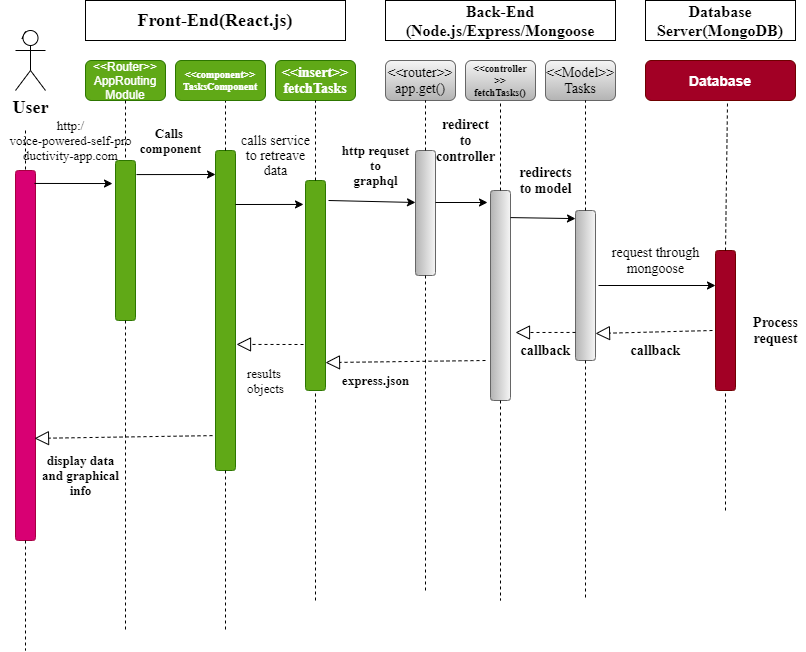
This is images/new sequenceDiagram.png from ViNguyen3747/Voice-Powered-Self-Productivity, a draw.io export, as it was before one commit. Source tidied: cells renumbered, new cells last; positions are measured from the earlier drawing's top-left corner, leaving out a move shared by most shapes.
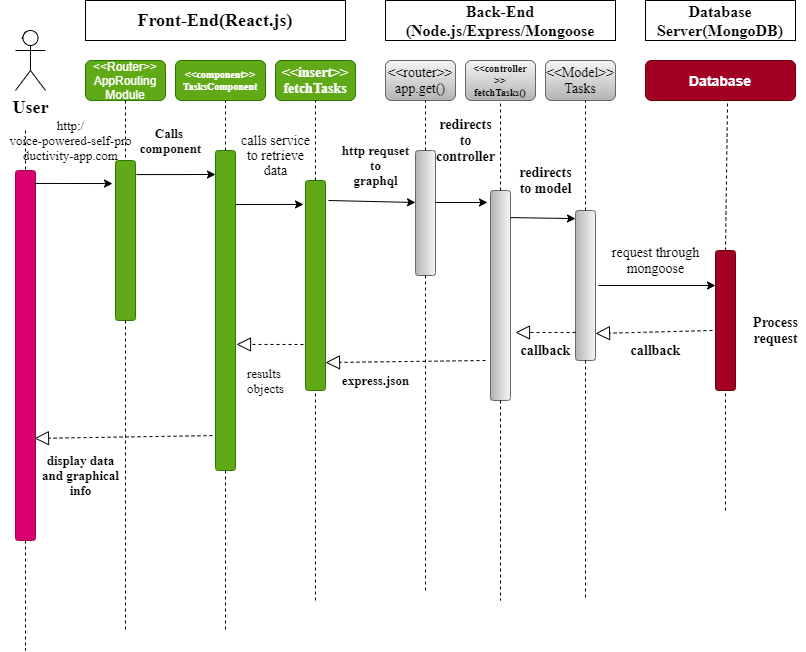
Later version of the same file.

What changed in the source:
```diff
@@ -139,7 +139,7 @@
         <mxPoint x="487" y="202" as="targetPoint" />
       </mxGeometry>
     </mxCell>
-    <mxCell id="39" value="redirect&lt;br&gt;to&lt;br&gt;controller&lt;br&gt;" style="text;html=1;align=center;verticalAlign=middle;strokeColor=none;fillColor=none;fontSize=14;fontFamily=Times New Roman;fontStyle=1;" parent="1" vertex="1">
+    <mxCell id="39" value="redirects&lt;br&gt;to&lt;br&gt;controller" style="text;html=1;align=center;verticalAlign=middle;strokeColor=none;fillColor=none;fontSize=14;fontFamily=Times New Roman;fontStyle=1;" parent="1" vertex="1">
       <mxGeometry x="430" y="110" width="70" height="60" as="geometry" />
     </mxCell>
     <mxCell id="40" style="endArrow=block;dashed=1;endFill=0;endSize=12;html=1;fontFamily=Times New Roman;fontSize=14;entryX=0.867;entryY=0;entryDx=0;entryDy=0;entryPerimeter=0;" parent="1" edge="1" target="23">
@@ -216,7 +216,7 @@
     <mxCell id="56" value="&lt;font style=&quot;font-size: 13px;&quot;&gt;&lt;b style=&quot;font-size: 13px;&quot;&gt;Calls &lt;br style=&quot;font-size: 13px;&quot;&gt;component&lt;/b&gt;&lt;/font&gt;" style="text;html=1;align=center;verticalAlign=middle;strokeColor=none;fillColor=none;fontSize=13;fontFamily=Times New Roman;" parent="1" vertex="1">
       <mxGeometry x="130" y="120" width="80" height="40" as="geometry" />
     </mxCell>
-    <mxCell id="57" value="&lt;span style=&quot;font-size: 14px&quot;&gt;calls service&lt;br&gt;to retreave&lt;br&gt;data&lt;br&gt;&lt;/span&gt;" style="text;html=1;align=center;verticalAlign=middle;strokeColor=none;fillColor=none;fontSize=13;fontFamily=Times New Roman;" parent="1" vertex="1">
+    <mxCell id="57" value="&lt;span style=&quot;font-size: 14px&quot;&gt;calls service&lt;br&gt;to retrieve&lt;br&gt;data&lt;br&gt;&lt;/span&gt;" style="text;html=1;align=center;verticalAlign=middle;strokeColor=none;fillColor=none;fontSize=13;fontFamily=Times New Roman;" parent="1" vertex="1">
       <mxGeometry x="235" y="130" width="80" height="50" as="geometry" />
     </mxCell>
     <mxCell id="58" value="&lt;b&gt;display data&lt;br&gt;and graphical&lt;br&gt;info&lt;br&gt;&lt;/b&gt;" style="text;html=1;align=center;verticalAlign=middle;strokeColor=none;fillColor=none;fontSize=13;fontFamily=Times New Roman;" parent="1" vertex="1">
```
